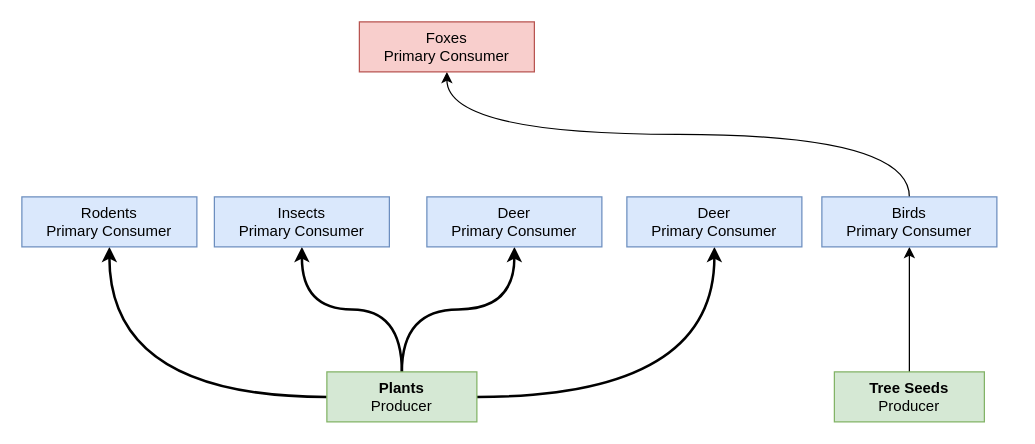
Earlier version of the draw.io diagram Untitled Diagram.drawio (MopNop/flowcharts). Source tidied: cells renumbered, new cells numbered last; positions are measured from the earlier drawing's top-left corner, leaving out a move shared by most shapes. Both pictures are drawn from the tidied source at 125%, with x=0, y=0 at pixel (21, 21).
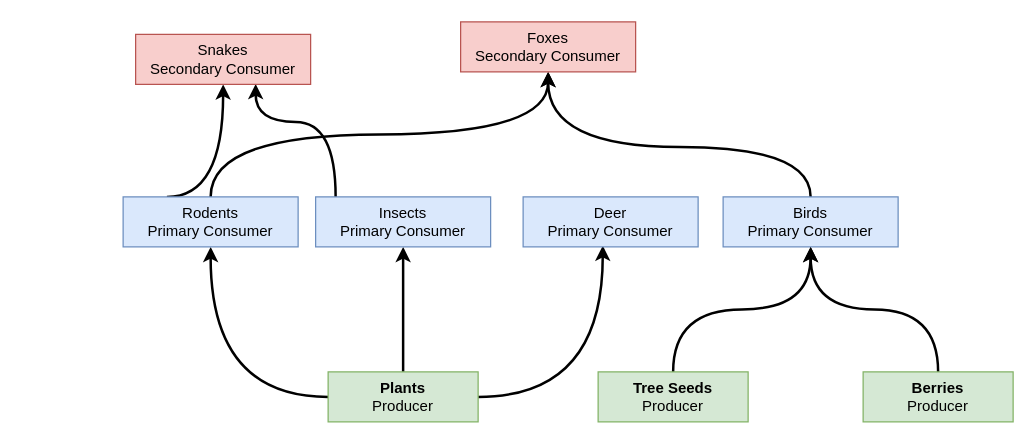
The same diagram, later.

What changed in the source:
```diff
@@
-    <mxCell id="2" style="edgeStyle=orthogonalEdgeStyle;rounded=0;jettySize=auto;html=1;curved=1;" parent="1" edge="1" source="3" target="14">
+    <mxCell id="2" style="edgeStyle=orthogonalEdgeStyle;rounded=0;jettySize=auto;html=1;curved=1;strokeWidth=2;" parent="1" edge="1" source="3" target="14">
       <mxGeometry relative="1" as="geometry" />
     </mxCell>
     <mxCell id="3" value="&lt;b&gt;Tree Seeds&lt;/b&gt;&lt;br&gt;Producer" style="rounded=0;whiteSpace=wrap;html=1;fillColor=#d5e8d4;strokeColor=#82b366;" parent="1" vertex="1">
-      <mxGeometry x="650" y="280" width="120" height="40" as="geometry" />
+      <mxGeometry x="461" y="280" width="120" height="40" as="geometry" />
     </mxCell>
@@
-    <mxCell id="5" style="edgeStyle=orthogonalEdgeStyle;rounded=0;jettySize=auto;html=1;entryX=0.5;entryY=1;entryDx=0;entryDy=0;curved=1;strokeWidth=2;" parent="1" edge="1" source="8" target="9">
+    <mxCell id="5" style="edgeStyle=orthogonalEdgeStyle;rounded=0;jettySize=auto;html=1;entryX=0.455;entryY=0.975;entryDx=0;entryDy=0;curved=1;strokeWidth=2;entryPerimeter=0;" parent="1" edge="1" source="8" target="11">
       <mxGeometry relative="1" as="geometry" />
     </mxCell>
-    <mxCell id="6" style="edgeStyle=orthogonalEdgeStyle;rounded=0;jettySize=auto;html=1;entryX=0.5;entryY=1;entryDx=0;entryDy=0;curved=1;strokeWidth=2;" parent="1" edge="1" source="8" target="11">
-      <mxGeometry relative="1" as="geometry" />
-    </mxCell>
@@
     <mxCell id="8" value="&lt;b&gt;Plants&lt;/b&gt;&lt;br&gt;Producer" style="rounded=0;whiteSpace=wrap;html=1;fillColor=#d5e8d4;strokeColor=#82b366;" parent="1" vertex="1">
-      <mxGeometry x="244" y="280" width="120" height="40" as="geometry" />
+      <mxGeometry x="245" y="280" width="120" height="40" as="geometry" />
     </mxCell>
-    <mxCell id="9" value="Deer&lt;br&gt;Primary Consumer" style="rounded=0;whiteSpace=wrap;html=1;fillColor=#dae8fc;strokeColor=#6c8ebf;" parent="1" vertex="1">
-      <mxGeometry x="324" y="140" width="140" height="40" as="geometry" />
-    </mxCell>
+    <mxCell id="16" style="edgeStyle=orthogonalEdgeStyle;rounded=0;jettySize=auto;html=1;curved=1;strokeWidth=2;entryX=0.686;entryY=0.991;entryDx=0;entryDy=0;entryPerimeter=0;" parent="1" edge="1" source="10" target="19">
+      <mxGeometry relative="1" as="geometry">
+        <Array as="points">
+          <mxPoint x="251" y="80" />
+          <mxPoint x="187" y="80" />
+        </Array>
+      </mxGeometry>
+    </mxCell>
     <mxCell id="10" value="Insects&lt;br&gt;Primary Consumer" style="rounded=0;whiteSpace=wrap;html=1;fillColor=#dae8fc;strokeColor=#6c8ebf;" parent="1" vertex="1">
-      <mxGeometry x="154" y="140" width="140" height="40" as="geometry" />
+      <mxGeometry x="235" y="140" width="140" height="40" as="geometry" />
     </mxCell>
     <mxCell id="11" value="Deer&lt;br&gt;Primary Consumer" style="rounded=0;whiteSpace=wrap;html=1;fillColor=#dae8fc;strokeColor=#6c8ebf;" parent="1" vertex="1">
-      <mxGeometry x="484" y="140" width="140" height="40" as="geometry" />
+      <mxGeometry x="401" y="140" width="140" height="40" as="geometry" />
     </mxCell>
+    <mxCell id="17" style="edgeStyle=orthogonalEdgeStyle;rounded=0;jettySize=auto;html=1;entryX=0.5;entryY=1;entryDx=0;entryDy=0;curved=1;strokeWidth=2;" parent="1" edge="1" source="12" target="15">
+      <mxGeometry relative="1" as="geometry">
+        <Array as="points">
+          <mxPoint x="151" y="90" />
+          <mxPoint x="421" y="90" />
+        </Array>
+      </mxGeometry>
+    </mxCell>
+    <mxCell id="18" style="edgeStyle=orthogonalEdgeStyle;rounded=0;jettySize=auto;html=1;entryX=0.5;entryY=1;entryDx=0;entryDy=0;curved=1;strokeWidth=2;exitX=0.25;exitY=0;exitDx=0;exitDy=0;" parent="1" edge="1" source="12" target="19">
+      <mxGeometry relative="1" as="geometry">
+        <Array as="points">
+          <mxPoint x="161" y="140" />
+        </Array>
+      </mxGeometry>
+    </mxCell>
     <mxCell id="12" value="Rodents&lt;br&gt;Primary Consumer" style="rounded=0;whiteSpace=wrap;html=1;fillColor=#dae8fc;strokeColor=#6c8ebf;" parent="1" vertex="1">
-      <mxGeometry y="140" width="140" height="40" as="geometry" />
+      <mxGeometry x="81" y="140" width="140" height="40" as="geometry" />
     </mxCell>
-    <mxCell id="13" style="edgeStyle=orthogonalEdgeStyle;rounded=0;jettySize=auto;html=1;entryX=0.5;entryY=1;entryDx=0;entryDy=0;curved=1;" parent="1" edge="1" source="14" target="15">
+    <mxCell id="13" style="edgeStyle=orthogonalEdgeStyle;rounded=0;jettySize=auto;html=1;entryX=0.5;entryY=1;entryDx=0;entryDy=0;curved=1;strokeWidth=2;" parent="1" edge="1" source="14" target="15">
       <mxGeometry relative="1" as="geometry">
         <Array as="points">
-          <mxPoint x="710" y="90" />
-          <mxPoint x="340" y="90" />
+          <mxPoint x="631" y="100" />
+          <mxPoint x="421" y="100" />
         </Array>
       </mxGeometry>
     </mxCell>
     <mxCell id="14" value="Birds&lt;br&gt;Primary Consumer" style="rounded=0;whiteSpace=wrap;html=1;fillColor=#dae8fc;strokeColor=#6c8ebf;" parent="1" vertex="1">
-      <mxGeometry x="640" y="140" width="140" height="40" as="geometry" />
+      <mxGeometry x="561" y="140" width="140" height="40" as="geometry" />
     </mxCell>
-    <mxCell id="15" value="Foxes&lt;br&gt;Primary Consumer" style="rounded=0;whiteSpace=wrap;html=1;fillColor=#f8cecc;strokeColor=#b85450;" parent="1" vertex="1">
-      <mxGeometry x="270" width="140" height="40" as="geometry" />
+    <mxCell id="15" value="Foxes&lt;br&gt;Secondary Consumer" style="rounded=0;whiteSpace=wrap;html=1;fillColor=#f8cecc;strokeColor=#b85450;" parent="1" vertex="1">
+      <mxGeometry x="351" width="140" height="40" as="geometry" />
     </mxCell>
+    <mxCell id="19" value="Snakes&lt;br&gt;Secondary Consumer" style="rounded=0;whiteSpace=wrap;html=1;fillColor=#f8cecc;strokeColor=#b85450;" parent="1" vertex="1">
+      <mxGeometry x="91" y="10" width="140" height="40" as="geometry" />
+    </mxCell>
+    <mxCell id="20" style="edgeStyle=orthogonalEdgeStyle;rounded=0;jettySize=auto;html=1;entryX=0.5;entryY=1;entryDx=0;entryDy=0;curved=1;strokeWidth=2;" parent="1" edge="1" source="21" target="14">
+      <mxGeometry relative="1" as="geometry" />
+    </mxCell>
+    <mxCell id="21" value="&lt;b&gt;Berries&lt;br&gt;&lt;/b&gt;Producer" style="rounded=0;whiteSpace=wrap;html=1;fillColor=#d5e8d4;strokeColor=#82b366;" parent="1" vertex="1">
+      <mxGeometry x="673" y="280" width="120" height="40" as="geometry" />
+    </mxCell>
```
